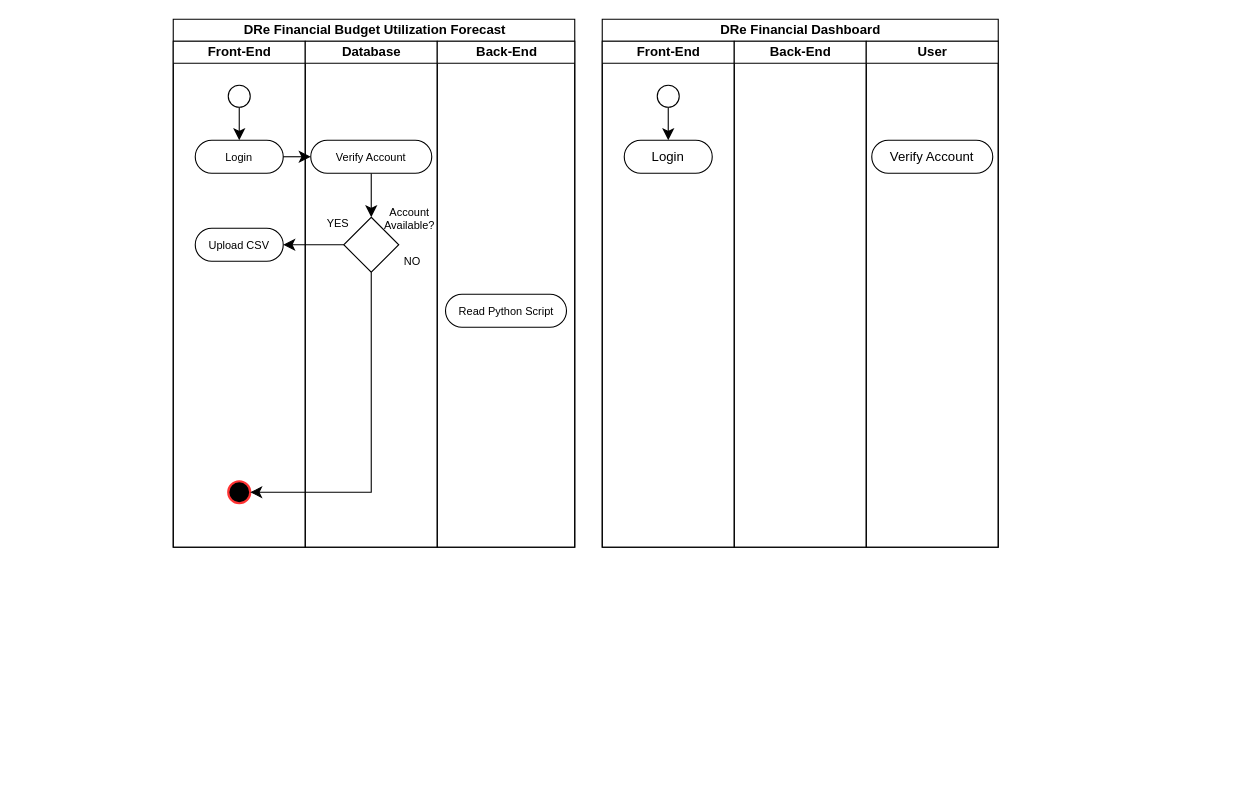
The draw.io diagram .devcontainer/Untitled Diagram.drawio in deb4b/budget-forecast-dashboard, before the edit. Source tidied: cells renumbered, new cells numbered last; positions are measured from the earlier drawing's top-left corner, leaving out a move shared by most shapes. Both pictures are drawn from the tidied source at 110%, with x=0, y=0 at pixel (173, 19).
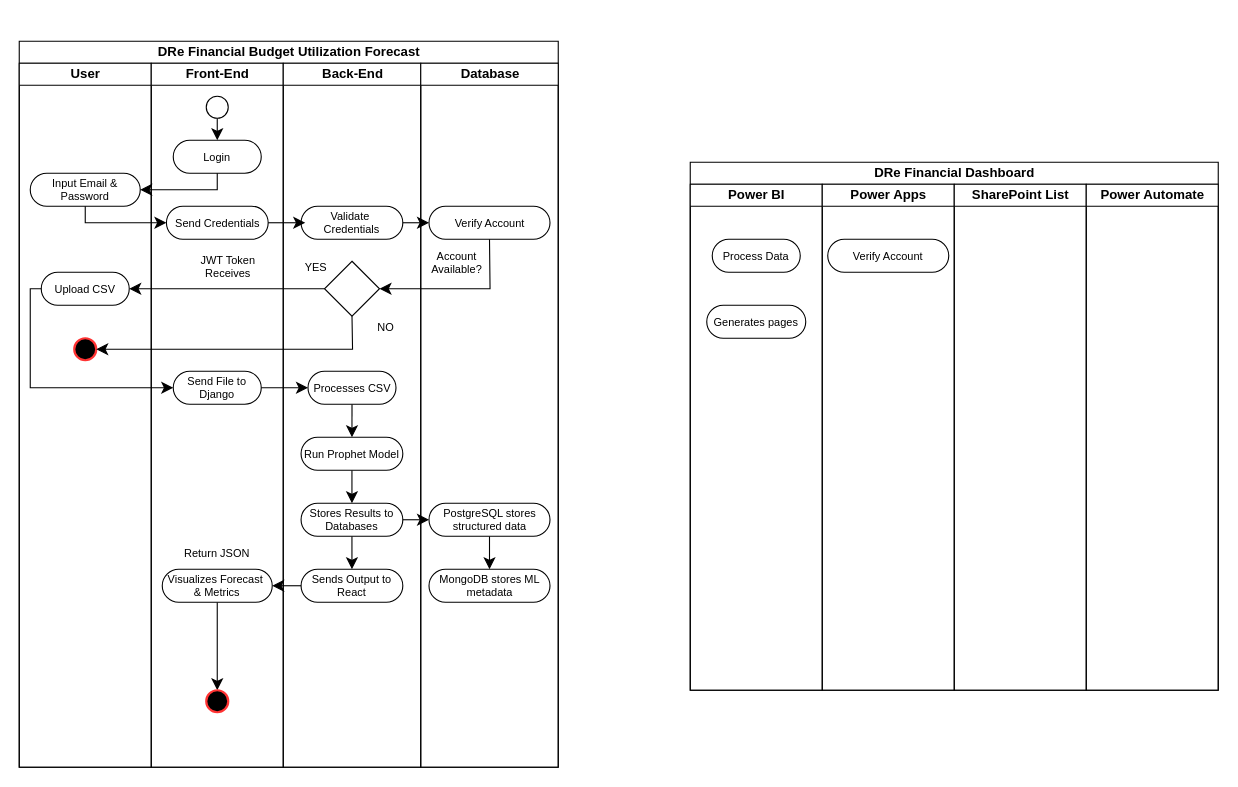
The same diagram, later.

Diff of the diagram source:
```diff
@@
     <mxCell id="2" value="DRe Financial Budget Utilization Forecast" style="swimlane;startSize=20;html=1;" parent="1" vertex="1">
-      <mxGeometry width="365" height="480" as="geometry" />
+      <mxGeometry x="-140" y="20" width="490" height="660" as="geometry" />
     </mxCell>
-    <mxCell id="3" value="Front-End" style="swimlane;startSize=20;html=1;" parent="2" vertex="1">
-      <mxGeometry y="20" width="120" height="460" as="geometry" />
+    <mxCell id="3" value="User" style="swimlane;startSize=20;html=1;" parent="2" vertex="1">
+      <mxGeometry y="20" width="120" height="640" as="geometry" />
     </mxCell>
-    <mxCell id="4" style="edgeStyle=none;curved=1;rounded=0;jettySize=auto;html=1;exitX=0.5;exitY=1;exitDx=0;exitDy=0;entryX=0.5;entryY=0;entryDx=0;entryDy=0;fontSize=12;startSize=8;endSize=8;" parent="3" edge="1" source="5">
-      <mxGeometry relative="1" as="geometry">
-        <mxPoint x="60" y="90" as="targetPoint" />
-      </mxGeometry>
-    </mxCell>
-    <mxCell id="5" style="ellipse;whiteSpace=wrap;html=1;" parent="3" vertex="1">
-      <mxGeometry x="50" y="40" width="20" height="20" as="geometry" />
-    </mxCell>
-    <mxCell id="6" value="Login" style="rounded=1;whiteSpace=wrap;html=1;arcSize=50;fontSize=10;" parent="3" vertex="1">
-      <mxGeometry x="20" y="90" width="80" height="30" as="geometry" />
-    </mxCell>
+    <mxCell id="29" value="Input Email &amp;amp; Password" style="rounded=1;whiteSpace=wrap;html=1;arcSize=50;fontSize=10;" parent="3" vertex="1">
+      <mxGeometry x="10" y="100" width="100" height="30" as="geometry" />
+    </mxCell>
     <mxCell id="7" value="Upload CSV" style="rounded=1;whiteSpace=wrap;html=1;arcSize=50;fontSize=10;" parent="3" vertex="1">
-      <mxGeometry x="20" y="170" width="80" height="30" as="geometry" />
+      <mxGeometry x="20" y="190" width="80" height="30" as="geometry" />
     </mxCell>
     <mxCell id="8" style="ellipse;whiteSpace=wrap;html=1;strokeWidth=2;fillColor=#000000;strokeColor=#FF3333;" parent="3" vertex="1">
-      <mxGeometry x="50" y="400" width="20" height="20" as="geometry" />
+      <mxGeometry x="50" y="250" width="20" height="20" as="geometry" />
     </mxCell>
-    <mxCell id="9" value="Database" style="swimlane;startSize=20;html=1;" parent="2" vertex="1">
-      <mxGeometry x="120" y="20" width="120" height="460" as="geometry" />
+    <mxCell id="9" value="Front-End" style="swimlane;startSize=20;html=1;" parent="2" vertex="1">
+      <mxGeometry x="120" y="20" width="120" height="640" as="geometry" />
     </mxCell>
+    <mxCell id="6" value="Login" style="rounded=1;whiteSpace=wrap;html=1;arcSize=50;fontSize=10;" parent="9" vertex="1">
+      <mxGeometry x="20" y="70" width="80" height="30" as="geometry" />
+    </mxCell>
+    <mxCell id="30" value="JWT Token Receives" style="text;html=1;whiteSpace=wrap;strokeColor=none;fillColor=none;align=center;verticalAlign=middle;rounded=0;fontSize=10;" parent="9" vertex="1">
+      <mxGeometry x="30" y="165" width="80" height="40" as="geometry" />
+    </mxCell>
+    <mxCell id="31" style="edgeStyle=none;curved=1;rounded=0;jettySize=auto;html=1;exitX=0.5;exitY=1;exitDx=0;exitDy=0;entryX=0.5;entryY=0;entryDx=0;entryDy=0;fontSize=12;startSize=8;endSize=8;" parent="9" edge="1" source="32" target="37">
+      <mxGeometry relative="1" as="geometry" />
+    </mxCell>
+    <mxCell id="32" value="Visualizes Forecast&amp;nbsp;&lt;div&gt;&amp;amp; Metrics&lt;/div&gt;" style="rounded=1;whiteSpace=wrap;html=1;arcSize=50;fontSize=10;" parent="9" vertex="1">
+      <mxGeometry x="10" y="460" width="100" height="30" as="geometry" />
+    </mxCell>
+    <mxCell id="33" value="Send Credentials" style="rounded=1;whiteSpace=wrap;html=1;arcSize=50;fontSize=10;" parent="9" vertex="1">
+      <mxGeometry x="13.8" y="130" width="92.5" height="30" as="geometry" />
+    </mxCell>
+    <mxCell id="34" value="Send File to Django" style="rounded=1;whiteSpace=wrap;html=1;arcSize=50;fontSize=10;" parent="9" vertex="1">
+      <mxGeometry x="20" y="280" width="80" height="30" as="geometry" />
+    </mxCell>
+    <mxCell id="35" style="edgeStyle=none;curved=1;rounded=0;jettySize=auto;html=1;exitX=0.5;exitY=1;exitDx=0;exitDy=0;fontSize=12;startSize=8;endSize=8;" parent="9" edge="1" source="5" target="6">
+      <mxGeometry relative="1" as="geometry" />
+    </mxCell>
+    <mxCell id="5" style="ellipse;whiteSpace=wrap;html=1;" parent="9" vertex="1">
+      <mxGeometry x="50" y="30" width="20" height="20" as="geometry" />
+    </mxCell>
+    <mxCell id="36" value="Return JSON" style="text;html=1;whiteSpace=wrap;strokeColor=none;fillColor=none;align=center;verticalAlign=middle;rounded=0;fontSize=10;" parent="9" vertex="1">
+      <mxGeometry x="20" y="430" width="80" height="30" as="geometry" />
+    </mxCell>
+    <mxCell id="37" style="ellipse;whiteSpace=wrap;html=1;strokeWidth=2;fillColor=#000000;strokeColor=#FF3333;" parent="9" vertex="1">
+      <mxGeometry x="50" y="570" width="20" height="20" as="geometry" />
+    </mxCell>
+    <mxCell id="16" value="Back-End" style="swimlane;startSize=20;html=1;" parent="2" vertex="1">
+      <mxGeometry x="240" y="20" width="125" height="640" as="geometry" />
+    </mxCell>
+    <mxCell id="12" style="rhombus;whiteSpace=wrap;html=1;" parent="16" vertex="1">
+      <mxGeometry x="37.5" y="180" width="50" height="50" as="geometry" />
+    </mxCell>
+    <mxCell id="14" value="NO" style="text;html=1;whiteSpace=wrap;strokeColor=none;fillColor=none;align=center;verticalAlign=middle;rounded=0;fontSize=10;" parent="16" vertex="1">
+      <mxGeometry x="76.2" y="230" width="35" height="20" as="geometry" />
+    </mxCell>
+    <mxCell id="13" value="YES" style="text;html=1;whiteSpace=wrap;strokeColor=none;fillColor=none;align=center;verticalAlign=middle;rounded=0;fontSize=10;" parent="16" vertex="1">
+      <mxGeometry y="170" width="60" height="30" as="geometry" />
+    </mxCell>
+    <mxCell id="38" value="Validate&amp;nbsp;&lt;div&gt;Credentials&lt;/div&gt;" style="rounded=1;whiteSpace=wrap;html=1;arcSize=50;fontSize=10;" parent="16" vertex="1">
+      <mxGeometry x="16.2" y="130" width="92.5" height="30" as="geometry" />
+    </mxCell>
+    <mxCell id="39" style="edgeStyle=none;curved=1;rounded=0;jettySize=auto;html=1;exitX=0.5;exitY=1;exitDx=0;exitDy=0;fontSize=12;startSize=8;endSize=8;" parent="16" edge="1" source="40" target="42">
+      <mxGeometry relative="1" as="geometry" />
+    </mxCell>
+    <mxCell id="40" value="Processes CSV" style="rounded=1;whiteSpace=wrap;html=1;arcSize=50;fontSize=10;" parent="16" vertex="1">
+      <mxGeometry x="22.5" y="280" width="80" height="30" as="geometry" />
+    </mxCell>
+    <mxCell id="41" style="edgeStyle=none;curved=1;rounded=0;jettySize=auto;html=1;exitX=0.5;exitY=1;exitDx=0;exitDy=0;fontSize=12;startSize=8;endSize=8;" parent="16" edge="1" source="42" target="44">
+      <mxGeometry relative="1" as="geometry" />
+    </mxCell>
+    <mxCell id="42" value="Run Prophet Model" style="rounded=1;whiteSpace=wrap;html=1;arcSize=50;fontSize=10;" parent="16" vertex="1">
+      <mxGeometry x="16.2" y="340" width="92.5" height="30" as="geometry" />
+    </mxCell>
+    <mxCell id="43" style="edgeStyle=none;curved=1;rounded=0;jettySize=auto;html=1;exitX=0.5;exitY=1;exitDx=0;exitDy=0;entryX=0.5;entryY=0;entryDx=0;entryDy=0;fontSize=12;startSize=8;endSize=8;" parent="16" edge="1" source="44" target="45">
+      <mxGeometry relative="1" as="geometry" />
+    </mxCell>
+    <mxCell id="44" value="Stores Results to Databases" style="rounded=1;whiteSpace=wrap;html=1;arcSize=50;fontSize=10;" parent="16" vertex="1">
+      <mxGeometry x="16.2" y="400" width="92.5" height="30" as="geometry" />
+    </mxCell>
+    <mxCell id="45" value="Sends Output to React" style="rounded=1;whiteSpace=wrap;html=1;arcSize=50;fontSize=10;" parent="16" vertex="1">
+      <mxGeometry x="16.2" y="460" width="92.5" height="30" as="geometry" />
+    </mxCell>
+    <mxCell id="46" value="Database" style="swimlane;startSize=20;html=1;" parent="2" vertex="1">
+      <mxGeometry x="365" y="20" width="125" height="640" as="geometry" />
+    </mxCell>
+    <mxCell id="15" value="Account Available?" style="text;html=1;whiteSpace=wrap;strokeColor=none;fillColor=none;align=center;verticalAlign=middle;rounded=0;fontSize=10;" parent="46" vertex="1">
+      <mxGeometry x="7.5" y="180" width="50" as="geometry" />
+    </mxCell>
+    <mxCell id="47" style="edgeStyle=none;curved=1;rounded=0;jettySize=auto;html=1;exitX=0.5;exitY=1;exitDx=0;exitDy=0;fontSize=12;startSize=8;endSize=8;" parent="46" edge="1" source="17" target="48">
+      <mxGeometry relative="1" as="geometry" />
+    </mxCell>
+    <mxCell id="17" value="PostgreSQL stores structured data" style="rounded=1;whiteSpace=wrap;html=1;arcSize=50;fontSize=10;" parent="46" vertex="1">
+      <mxGeometry x="7.5" y="400" width="110" height="30" as="geometry" />
+    </mxCell>
+    <mxCell id="11" value="Verify Account" style="rounded=1;whiteSpace=wrap;html=1;arcSize=50;fontSize=10;" parent="46" vertex="1">
+      <mxGeometry x="7.5" y="130" width="110" height="30" as="geometry" />
+    </mxCell>
+    <mxCell id="48" value="MongoDB stores ML metadata" style="rounded=1;whiteSpace=wrap;html=1;arcSize=50;fontSize=10;" parent="46" vertex="1">
+      <mxGeometry x="7.5" y="460" width="110" height="30" as="geometry" />
+    </mxCell>
+    <mxCell id="49" style="edgeStyle=none;curved=0;rounded=0;jettySize=auto;html=1;exitX=0.5;exitY=1;exitDx=0;exitDy=0;entryX=1;entryY=0.5;entryDx=0;entryDy=0;fontSize=12;startSize=8;endSize=8;" parent="2" edge="1" source="6" target="29">
+      <mxGeometry relative="1" as="geometry">
+        <Array as="points">
+          <mxPoint x="180" y="135" />
+        </Array>
+      </mxGeometry>
+    </mxCell>
+    <mxCell id="18" style="edgeStyle=none;curved=1;rounded=0;jettySize=auto;html=1;entryX=1;entryY=0.5;entryDx=0;entryDy=0;fontSize=12;startSize=8;endSize=8;" parent="2" edge="1" source="12" target="7">
+      <mxGeometry relative="1" as="geometry" />
+    </mxCell>
+    <mxCell id="20" style="edgeStyle=none;curved=0;rounded=0;jettySize=auto;html=1;exitX=0.5;exitY=1;exitDx=0;exitDy=0;fontSize=12;startSize=8;endSize=8;" parent="2" edge="1" source="12" target="8">
+      <mxGeometry relative="1" as="geometry">
+        <Array as="points">
+          <mxPoint x="303" y="280" />
+        </Array>
+      </mxGeometry>
+    </mxCell>
-    <mxCell id="10" style="edgeStyle=none;curved=1;rounded=0;jettySize=auto;html=1;exitX=0.5;exitY=1;exitDx=0;exitDy=0;fontSize=12;startSize=8;endSize=8;" parent="9" edge="1" source="11" target="12">
-      <mxGeometry relative="1" as="geometry" />
+    <mxCell id="10" style="edgeStyle=none;curved=0;rounded=0;jettySize=auto;html=1;exitX=0.5;exitY=1;exitDx=0;exitDy=0;entryX=1;entryY=0.5;entryDx=0;entryDy=0;fontSize=12;startSize=8;endSize=8;" parent="2" edge="1" source="11" target="12">
+      <mxGeometry relative="1" as="geometry">
+        <Array as="points">
+          <mxPoint x="428" y="225" />
+        </Array>
+      </mxGeometry>
     </mxCell>
-    <mxCell id="11" value="Verify Account" style="rounded=1;whiteSpace=wrap;html=1;arcSize=50;fontSize=10;" parent="9" vertex="1">
-      <mxGeometry x="5" y="90" width="110" height="30" as="geometry" />
-    </mxCell>
-    <mxCell id="12" style="rhombus;whiteSpace=wrap;html=1;" parent="9" vertex="1">
-      <mxGeometry x="35" y="160" width="50" height="50" as="geometry" />
-    </mxCell>
-    <mxCell id="13" value="YES" style="text;html=1;whiteSpace=wrap;strokeColor=none;fillColor=none;align=center;verticalAlign=middle;rounded=0;fontSize=10;" parent="9" vertex="1">
-      <mxGeometry y="150" width="60" height="30" as="geometry" />
-    </mxCell>
-    <mxCell id="14" value="NO" style="text;html=1;whiteSpace=wrap;strokeColor=none;fillColor=none;align=center;verticalAlign=middle;rounded=0;fontSize=10;" parent="9" vertex="1">
-      <mxGeometry x="80" y="190" width="35" height="20" as="geometry" />
-    </mxCell>
-    <mxCell id="15" value="Account Available?" style="text;html=1;whiteSpace=wrap;strokeColor=none;fillColor=none;align=center;verticalAlign=middle;rounded=0;fontSize=10;" parent="9" vertex="1">
-      <mxGeometry x="70" y="160" width="50" as="geometry" />
-    </mxCell>
-    <mxCell id="16" value="Back-End" style="swimlane;startSize=20;html=1;" parent="2" vertex="1">
-      <mxGeometry x="240" y="20" width="125" height="460" as="geometry" />
-    </mxCell>
-    <mxCell id="17" value="Read Python Script" style="rounded=1;whiteSpace=wrap;html=1;arcSize=50;fontSize=10;" parent="16" vertex="1">
-      <mxGeometry x="7.5" y="230" width="110" height="30" as="geometry" />
-    </mxCell>
-    <mxCell id="18" style="edgeStyle=none;curved=1;rounded=0;jettySize=auto;html=1;entryX=1;entryY=0.5;entryDx=0;entryDy=0;fontSize=12;startSize=8;endSize=8;" parent="2" edge="1" source="12" target="7">
-      <mxGeometry relative="1" as="geometry" />
-    </mxCell>
-    <mxCell id="19" style="edgeStyle=none;curved=1;rounded=0;jettySize=auto;html=1;exitX=1;exitY=0.5;exitDx=0;exitDy=0;fontSize=12;startSize=8;endSize=8;" parent="2" edge="1" source="6" target="11">
-      <mxGeometry relative="1" as="geometry" />
-    </mxCell>
-    <mxCell id="20" style="edgeStyle=none;curved=0;rounded=0;jettySize=auto;html=1;exitX=0.5;exitY=1;exitDx=0;exitDy=0;fontSize=12;startSize=8;endSize=8;" parent="2" edge="1" source="12" target="8">
-      <mxGeometry relative="1" as="geometry">
-        <Array as="points">
-          <mxPoint x="180" y="430" />
-        </Array>
-      </mxGeometry>
-    </mxCell>
+    <mxCell id="50" style="edgeStyle=none;curved=0;rounded=0;jettySize=auto;html=1;exitX=0.5;exitY=1;exitDx=0;exitDy=0;entryX=0;entryY=0.5;entryDx=0;entryDy=0;fontSize=12;startSize=8;endSize=8;" parent="2" edge="1" source="29" target="33">
+      <mxGeometry relative="1" as="geometry">
+        <Array as="points">
+          <mxPoint x="60" y="165" />
+        </Array>
+      </mxGeometry>
+    </mxCell>
+    <mxCell id="51" style="edgeStyle=none;curved=1;rounded=0;jettySize=auto;html=1;exitX=1;exitY=0.5;exitDx=0;exitDy=0;fontSize=12;startSize=8;endSize=8;" parent="2" edge="1" source="33">
+      <mxGeometry relative="1" as="geometry">
+        <mxPoint x="260" y="165" as="targetPoint" />
+      </mxGeometry>
+    </mxCell>
+    <mxCell id="52" style="edgeStyle=none;curved=1;rounded=0;jettySize=auto;html=1;exitX=1;exitY=0.5;exitDx=0;exitDy=0;entryX=0;entryY=0.5;entryDx=0;entryDy=0;fontSize=12;startSize=8;endSize=8;" parent="2" edge="1" source="38" target="11">
+      <mxGeometry relative="1" as="geometry" />
+    </mxCell>
+    <mxCell id="53" style="edgeStyle=none;curved=0;rounded=0;jettySize=auto;html=1;exitX=0;exitY=0.5;exitDx=0;exitDy=0;entryX=0;entryY=0.5;entryDx=0;entryDy=0;fontSize=12;startSize=8;endSize=8;" parent="2" edge="1" source="7" target="34">
+      <mxGeometry relative="1" as="geometry">
+        <Array as="points">
+          <mxPoint x="10" y="225" />
+          <mxPoint x="10" y="315" />
+        </Array>
+      </mxGeometry>
+    </mxCell>
+    <mxCell id="54" style="edgeStyle=none;curved=1;rounded=0;jettySize=auto;html=1;exitX=1;exitY=0.5;exitDx=0;exitDy=0;fontSize=12;startSize=8;endSize=8;" parent="2" edge="1" source="34" target="40">
+      <mxGeometry relative="1" as="geometry" />
+    </mxCell>
+    <mxCell id="55" style="edgeStyle=none;curved=1;rounded=0;jettySize=auto;html=1;exitX=1;exitY=0.5;exitDx=0;exitDy=0;fontSize=12;startSize=8;endSize=8;" parent="2" edge="1" source="44" target="17">
+      <mxGeometry relative="1" as="geometry" />
+    </mxCell>
+    <mxCell id="56" style="edgeStyle=none;curved=1;rounded=0;jettySize=auto;html=1;exitX=0;exitY=0.5;exitDx=0;exitDy=0;fontSize=12;startSize=8;endSize=8;" parent="2" edge="1" source="45" target="32">
+      <mxGeometry relative="1" as="geometry" />
+    </mxCell>
     <mxCell id="21" value="DRe Financial Dashboard" style="swimlane;startSize=20;html=1;" parent="1" vertex="1">
-      <mxGeometry x="390" width="360" height="480" as="geometry" />
+      <mxGeometry x="470" y="130" width="480" height="480" as="geometry" />
     </mxCell>
-    <mxCell id="22" value="Front-End" style="swimlane;startSize=20;html=1;" parent="21" vertex="1">
-      <mxGeometry y="20" width="120" height="460" as="geometry" />
-    </mxCell>
-    <mxCell id="23" style="edgeStyle=none;curved=1;rounded=0;jettySize=auto;html=1;exitX=0.5;exitY=1;exitDx=0;exitDy=0;entryX=0.5;entryY=0;entryDx=0;entryDy=0;fontSize=12;startSize=8;endSize=8;" parent="22" edge="1" source="24">
-      <mxGeometry relative="1" as="geometry">
-        <mxPoint x="60" y="90" as="targetPoint" />
-      </mxGeometry>
-    </mxCell>
-    <mxCell id="24" style="ellipse;whiteSpace=wrap;html=1;" parent="22" vertex="1">
-      <mxGeometry x="50" y="40" width="20" height="20" as="geometry" />
-    </mxCell>
-    <mxCell id="25" value="Login" style="rounded=1;whiteSpace=wrap;html=1;arcSize=50;" parent="22" vertex="1">
-      <mxGeometry x="20" y="90" width="80" height="30" as="geometry" />
-    </mxCell>
-    <mxCell id="26" value="Back-End" style="swimlane;startSize=20;html=1;" parent="21" vertex="1">
-      <mxGeometry x="120" y="20" width="120" height="460" as="geometry" />
+    <mxCell id="26" value="Power BI" style="swimlane;startSize=20;html=1;" parent="21" vertex="1">
+      <mxGeometry y="20" width="120" height="460" as="geometry" />
     </mxCell>
+    <mxCell id="57" value="Process Data" style="rounded=1;whiteSpace=wrap;html=1;arcSize=50;fontSize=10;" parent="26" vertex="1">
+      <mxGeometry x="20" y="50" width="80" height="30" as="geometry" />
+    </mxCell>
+    <mxCell id="58" value="Generates pages" style="rounded=1;whiteSpace=wrap;html=1;arcSize=50;fontSize=10;" parent="26" vertex="1">
+      <mxGeometry x="15" y="110" width="90" height="30" as="geometry" />
+    </mxCell>
-    <mxCell id="27" value="User" style="swimlane;startSize=20;html=1;" parent="21" vertex="1">
-      <mxGeometry x="240" y="20" width="120" height="460" as="geometry" />
+    <mxCell id="27" value="Power Apps" style="swimlane;startSize=20;html=1;" parent="21" vertex="1">
+      <mxGeometry x="120" y="20" width="120" height="460" as="geometry" />
     </mxCell>
-    <mxCell id="28" value="Verify Account" style="rounded=1;whiteSpace=wrap;html=1;arcSize=50;" parent="27" vertex="1">
-      <mxGeometry x="5" y="90" width="110" height="30" as="geometry" />
+    <mxCell id="28" value="Verify Account" style="rounded=1;whiteSpace=wrap;html=1;arcSize=50;fontSize=10;" parent="27" vertex="1">
+      <mxGeometry x="5" y="50" width="110" height="30" as="geometry" />
     </mxCell>
+    <mxCell id="59" value="SharePoint List" style="swimlane;startSize=20;html=1;" parent="21" vertex="1">
+      <mxGeometry x="240" y="20" width="120" height="460" as="geometry" />
+    </mxCell>
+    <mxCell id="60" value="Power Automate" style="swimlane;startSize=20;html=1;" parent="21" vertex="1">
+      <mxGeometry x="360" y="20" width="120" height="460" as="geometry" />
+    </mxCell>
```
